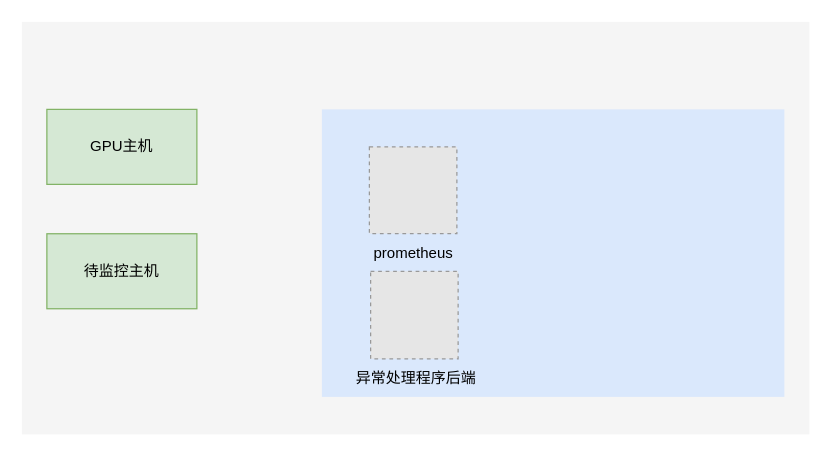
Above: 数据收集实现架构图.drawio in poetlife/diagrams (draw.io), before the change. Source tidied: cells renumbered, new cells numbered last; positions are measured from the earlier drawing's top-left corner, leaving out a move shared by most shapes. Both pictures are drawn from the tidied source at 125%, with x=0, y=0 at pixel (21, 21). Pictures stored in the file or linked from it are replaced by grey dashed boxes.
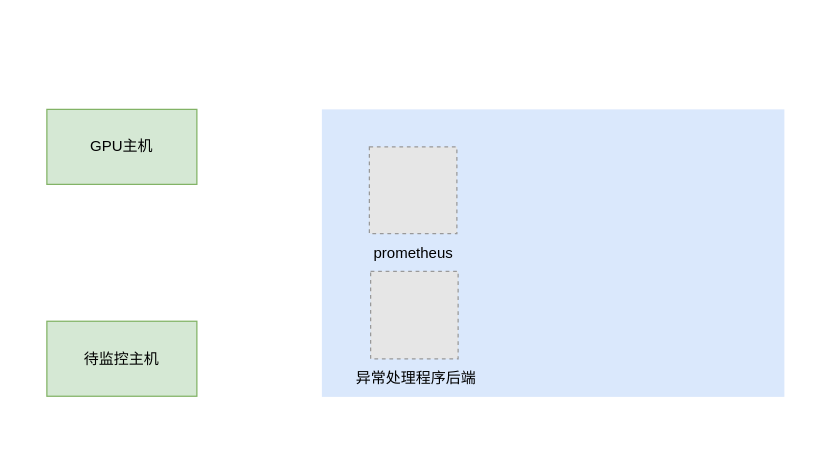
The same page after the edit.

Commit message (it also covers changes not shown here):
更新数据收集实现架构图.drawio

What changed in the source:
```diff
@@
 <mxGraphModel>
   <root>
     <mxCell id="0" />
     <mxCell id="1" parent="0" />
-    <mxCell id="2" style="rounded=0;whiteSpace=wrap;html=1;fillColor=#f5f5f5;fontColor=#333333;strokeColor=none;" parent="1" vertex="1">
-      <mxGeometry width="630" height="330" as="geometry" />
-    </mxCell>
     <mxCell id="3" style="rounded=0;whiteSpace=wrap;html=1;fillColor=#dae8fc;strokeColor=none;" parent="1" vertex="1">
       <mxGeometry x="240" y="70" width="370" height="230" as="geometry" />
     </mxCell>
     <mxCell id="4" style="fillColor=#E6E6E6;strokeColor=#999999;dashed=1;verticalLabelPosition=bottom;labelBackgroundColor=default;verticalAlign=top;" parent="1" vertex="1">
       <mxGeometry x="278" y="100" width="70" height="69.4" as="geometry" />
     </mxCell>
     <mxCell id="5" value="prometheus" style="text;html=1;align=center;verticalAlign=middle;strokeColor=none;fillColor=none;" parent="1" vertex="1">
       <mxGeometry x="268.1" y="169.5" width="90" height="30" as="geometry" />
     </mxCell>
     <mxCell id="6" value="GPU主机" style="rounded=0;whiteSpace=wrap;html=1;fillColor=#d5e8d4;strokeColor=#82b366;" parent="1" vertex="1">
       <mxGeometry x="20" y="70" width="120" height="60" as="geometry" />
     </mxCell>
     <mxCell id="7" value="待监控主机" style="rounded=0;whiteSpace=wrap;html=1;fillColor=#d5e8d4;strokeColor=#82b366;" parent="1" vertex="1">
-      <mxGeometry x="20" y="169.5" width="120" height="60" as="geometry" />
+      <mxGeometry x="20" y="239.5" width="120" height="60" as="geometry" />
     </mxCell>
     <mxCell id="8" style="fillColor=#E6E6E6;strokeColor=#999999;dashed=1;verticalLabelPosition=bottom;labelBackgroundColor=default;verticalAlign=top;" parent="1" vertex="1">
       <mxGeometry x="279" y="199.5" width="70" height="70" as="geometry" />
     </mxCell>
     <mxCell id="9" value="异常处理程序后端" style="text;html=1;align=center;verticalAlign=middle;strokeColor=none;fillColor=none;" parent="1" vertex="1">
       <mxGeometry x="255" y="269.5" width="120" height="30" as="geometry" />
     </mxCell>
   </root>
 </mxGraphModel>
```
